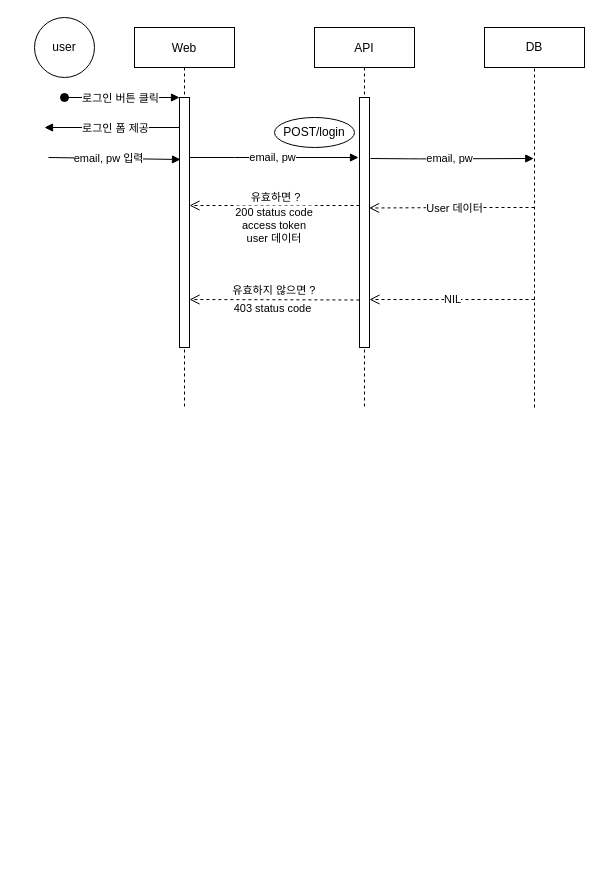
Before: Untitled Diagram.drawio in dev-seomoon/pepple, a draw.io diagram. Source tidied: cells renumbered, new cells numbered last; positions are measured from the earlier drawing's top-left corner, leaving out a move shared by most shapes. Both pictures are drawn from the tidied source at 100%, with x=0, y=0 at pixel (34, 17).
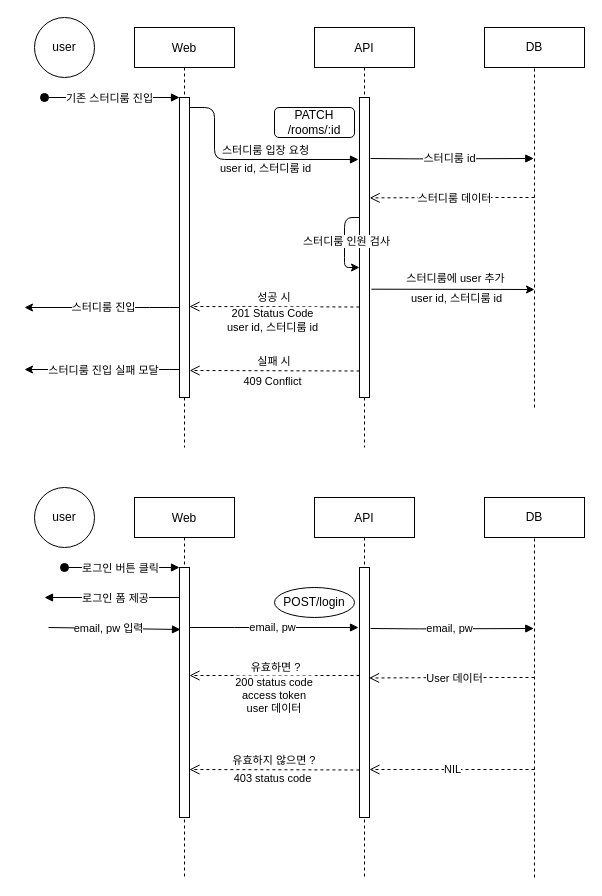
Above is the later version.

Unchanged cells that the change refers to:
```xml
<mxCell id="22" style="verticalAlign=bottom;endArrow=block;shadow=0;strokeWidth=1;entryX=-0.071;entryY=0.31;entryDx=0;entryDy=0;entryPerimeter=0;" parent="1" edge="1">
  <mxGeometry relative="1" as="geometry">
    <mxPoint x="336" y="141" as="sourcePoint" />
    <mxPoint x="499.3" y="141" as="targetPoint" />
    <Array as="points">
      <mxPoint x="385" y="141.4" />
    </Array>
  </mxGeometry>
</mxCell>
```

Change to the diagram source:
```diff
@@
     <mxCell id="2" value="Web" style="shape=umlLifeline;perimeter=lifelinePerimeter;rounded=0;shadow=0;strokeWidth=1;" parent="1" vertex="1">
-      <mxGeometry x="100" y="10" width="100" height="380" as="geometry" />
+      <mxGeometry x="100" y="10" width="100" height="420" as="geometry" />
     </mxCell>
     <mxCell id="3" style="points=[];perimeter=orthogonalPerimeter;rounded=0;shadow=0;strokeWidth=1;" parent="2" vertex="1">
-      <mxGeometry x="45" y="70" width="10" height="250" as="geometry" />
+      <mxGeometry x="45" y="70" width="10" height="300" as="geometry" />
     </mxCell>
     <mxCell id="4" style="verticalAlign=bottom;startArrow=oval;endArrow=block;startSize=8;shadow=0;strokeWidth=1;labelBackgroundColor=none;" parent="2" edge="1">
       <mxGeometry x="-0.17" relative="1" as="geometry">
-        <mxPoint x="-70" y="70" as="sourcePoint" />
+        <mxPoint x="-90" y="70" as="sourcePoint" />
         <mxPoint x="45" y="70" as="targetPoint" />
       </mxGeometry>
     </mxCell>
-    <mxCell id="5" value="로그인 버튼 클릭" style="edgeLabel;html=1;align=center;verticalAlign=middle;" parent="4" vertex="1">
+    <mxCell id="5" value="기존 스터디룸 진입" style="edgeLabel;html=1;align=center;verticalAlign=middle;" parent="4" vertex="1">
       <mxGeometry x="-0.05" y="-1" relative="1" as="geometry">
         <mxPoint y="-1" as="offset" />
       </mxGeometry>
     </mxCell>
     <mxCell id="6" value="API" style="shape=umlLifeline;perimeter=lifelinePerimeter;rounded=0;shadow=0;strokeWidth=1;" parent="1" vertex="1">
-      <mxGeometry x="280" y="10" width="100" height="380" as="geometry" />
+      <mxGeometry x="280" y="10" width="100" height="420" as="geometry" />
     </mxCell>
     <mxCell id="7" style="points=[];perimeter=orthogonalPerimeter;rounded=0;shadow=0;strokeWidth=1;" parent="6" vertex="1">
-      <mxGeometry x="45" y="70" width="10" height="250" as="geometry" />
+      <mxGeometry x="45" y="70" width="10" height="300" as="geometry" />
     </mxCell>
-    <mxCell id="8" value="200 status code&#10;access token&#10;user 데이터" style="verticalAlign=bottom;endArrow=open;dashed=1;endSize=8;shadow=0;strokeWidth=1;fillColor=#009900;" parent="1" edge="1">
-      <mxGeometry y="42" relative="1" as="geometry">
-        <mxPoint x="325" y="188" as="sourcePoint" />
-        <mxPoint x="155" y="188" as="targetPoint" />
-        <Array as="points">
-          <mxPoint x="250" y="188" />
-        </Array>
-      </mxGeometry>
-    </mxCell>
-    <mxCell id="9" value="유효하면 ?" style="edgeLabel;html=1;align=center;verticalAlign=middle;" parent="8" vertex="1">
-      <mxGeometry x="-0.02" y="2" relative="1" as="geometry">
-        <mxPoint x="-2" y="-11" as="offset" />
-      </mxGeometry>
-    </mxCell>
-    <mxCell id="10" style="verticalAlign=bottom;endArrow=block;shadow=0;strokeWidth=1;" parent="1" edge="1">
+    <mxCell id="10" style="verticalAlign=bottom;endArrow=block;shadow=0;strokeWidth=1;" parent="1" edge="1" source="3">
       <mxGeometry relative="1" as="geometry">
-        <mxPoint x="155" y="140" as="sourcePoint" />
-        <mxPoint x="324" y="140" as="targetPoint" />
+        <mxPoint x="324" y="142" as="targetPoint" />
         <Array as="points">
-          <mxPoint x="210" y="140" />
+          <mxPoint x="180" y="90" />
+          <mxPoint x="180" y="142" />
         </Array>
       </mxGeometry>
     </mxCell>
-    <mxCell id="11" value="email, pw" style="edgeLabel;html=1;align=center;verticalAlign=middle;" parent="10" vertex="1">
-      <mxGeometry x="-0.03" y="1" relative="1" as="geometry" />
+    <mxCell id="11" value="스터디룸 입장 요청" style="edgeLabel;html=1;align=center;verticalAlign=middle;" parent="10" vertex="1">
+      <mxGeometry x="-0.03" y="1" relative="1" as="geometry">
+        <mxPoint x="20" y="-9" as="offset" />
+      </mxGeometry>
     </mxCell>
-    <mxCell id="12" value="유효하지 않으면 ?" style="verticalAlign=bottom;endArrow=open;dashed=1;endSize=8;exitX=-0.014;exitY=0.842;shadow=0;strokeWidth=1;exitDx=0;exitDy=0;exitPerimeter=0;" parent="1" edge="1">
+    <mxCell id="12" value="성공 시" style="verticalAlign=bottom;endArrow=open;dashed=1;endSize=8;exitX=-0.014;exitY=0.842;shadow=0;strokeWidth=1;exitDx=0;exitDy=0;exitPerimeter=0;" parent="1" edge="1">
       <mxGeometry relative="1" as="geometry">
-        <mxPoint x="324.9" y="282.5" as="sourcePoint" />
-        <mxPoint x="155" y="282" as="targetPoint" />
+        <mxPoint x="324.9" y="289.5" as="sourcePoint" />
+        <mxPoint x="155" y="289" as="targetPoint" />
       </mxGeometry>
     </mxCell>
-    <mxCell id="13" value="403 status code" style="edgeLabel;html=1;align=center;verticalAlign=middle;" parent="12" vertex="1">
+    <mxCell id="13" value="201 Status Code&lt;br&gt;user id, 스터디룸 id" style="edgeLabel;html=1;align=center;verticalAlign=middle;" parent="12" vertex="1">
       <mxGeometry x="0.14" y="2" relative="1" as="geometry">
-        <mxPoint x="10" y="6" as="offset" />
+        <mxPoint x="10" y="11" as="offset" />
       </mxGeometry>
     </mxCell>
@@
-    <mxCell id="16" style="verticalAlign=bottom;endArrow=block;shadow=0;strokeWidth=1;" parent="1" edge="1">
-      <mxGeometry relative="1" as="geometry">
-        <mxPoint x="145" y="110" as="sourcePoint" />
-        <mxPoint x="10" y="110" as="targetPoint" />
-      </mxGeometry>
-    </mxCell>
-    <mxCell id="17" value="로그인 폼 제공" style="edgeLabel;html=1;align=center;verticalAlign=middle;" parent="16" vertex="1">
-      <mxGeometry x="0.19" y="2" relative="1" as="geometry">
-        <mxPoint x="15" y="-2" as="offset" />
-      </mxGeometry>
-    </mxCell>
-    <mxCell id="18" style="verticalAlign=bottom;endArrow=block;shadow=0;strokeWidth=1;" parent="1" edge="1">
-      <mxGeometry relative="1" as="geometry">
-        <mxPoint x="14" y="140" as="sourcePoint" />
-        <mxPoint x="146" y="142" as="targetPoint" />
-      </mxGeometry>
-    </mxCell>
-    <mxCell id="19" value="email, pw 입력" style="edgeLabel;html=1;align=center;verticalAlign=middle;" parent="18" vertex="1">
-      <mxGeometry x="-0.09" relative="1" as="geometry" />
-    </mxCell>
-    <mxCell id="20" value="POST/login" style="ellipse;whiteSpace=wrap;html=1;" parent="1" vertex="1">
-      <mxGeometry x="240" y="100" width="80" height="30" as="geometry" />
-    </mxCell>
@@
-    <mxCell id="23" value="email, pw" style="edgeLabel;html=1;align=center;verticalAlign=middle;" parent="22" vertex="1">
+    <mxCell id="23" value="스터디룸 id" style="edgeLabel;html=1;align=center;verticalAlign=middle;" parent="22" vertex="1">
       <mxGeometry x="-0.03" y="1" relative="1" as="geometry" />
     </mxCell>
-    <mxCell id="24" style="verticalAlign=bottom;endArrow=open;dashed=1;endSize=8;shadow=0;strokeWidth=1;fillColor=#009900;entryX=0.957;entryY=0.442;entryDx=0;entryDy=0;entryPerimeter=0;" parent="1" edge="1" target="7">
+    <mxCell id="24" style="verticalAlign=bottom;endArrow=open;dashed=1;endSize=8;shadow=0;strokeWidth=1;fillColor=#009900;entryX=1.014;entryY=0.368;entryDx=0;entryDy=0;entryPerimeter=0;" parent="1" edge="1">
       <mxGeometry y="42" relative="1" as="geometry">
-        <mxPoint x="500" y="190" as="sourcePoint" />
+        <mxPoint x="500" y="180" as="sourcePoint" />
+        <mxPoint x="335.1" y="180.4" as="targetPoint" />
         <Array as="points">
-          <mxPoint x="435" y="190" />
+          <mxPoint x="435" y="180" />
         </Array>
       </mxGeometry>
     </mxCell>
-    <mxCell id="25" value="User 데이터" style="edgeLabel;html=1;align=center;verticalAlign=middle;" parent="24" vertex="1">
+    <mxCell id="25" value="스터디룸 데이터" style="edgeLabel;html=1;align=center;verticalAlign=middle;" parent="24" vertex="1">
       <mxGeometry x="-0.02" relative="1" as="geometry" />
     </mxCell>
-    <mxCell id="26" style="verticalAlign=bottom;endArrow=open;dashed=1;endSize=8;shadow=0;strokeWidth=1;" parent="1" edge="1">
-      <mxGeometry relative="1" as="geometry">
-        <mxPoint x="500" y="282" as="sourcePoint" />
-        <mxPoint x="335" y="282" as="targetPoint" />
-      </mxGeometry>
-    </mxCell>
+    <mxCell id="28" value="Web" style="shape=umlLifeline;perimeter=lifelinePerimeter;rounded=0;shadow=0;strokeWidth=1;" parent="1" vertex="1">
+      <mxGeometry x="100" y="480" width="100" height="380" as="geometry" />
+    </mxCell>
+    <mxCell id="29" style="perimeter=orthogonalPerimeter;rounded=0;shadow=0;strokeWidth=1;" parent="28" vertex="1">
+      <mxGeometry x="45" y="70" width="10" height="250" as="geometry" />
+    </mxCell>
+    <mxCell id="30" style="verticalAlign=bottom;startArrow=oval;endArrow=block;startSize=8;shadow=0;strokeWidth=1;labelBackgroundColor=none;" parent="28" edge="1">
+      <mxGeometry x="-0.17" relative="1" as="geometry">
+        <mxPoint x="-70" y="70" as="sourcePoint" />
+        <mxPoint x="45" y="70" as="targetPoint" />
+      </mxGeometry>
+    </mxCell>
+    <mxCell id="31" value="로그인 버튼 클릭" style="edgeLabel;html=1;align=center;verticalAlign=middle;" parent="30" vertex="1">
+      <mxGeometry x="-0.05" y="-1" relative="1" as="geometry">
+        <mxPoint y="-1" as="offset" />
+      </mxGeometry>
+    </mxCell>
+    <mxCell id="32" value="API" style="shape=umlLifeline;perimeter=lifelinePerimeter;rounded=0;shadow=0;strokeWidth=1;" parent="1" vertex="1">
+      <mxGeometry x="280" y="480" width="100" height="380" as="geometry" />
+    </mxCell>
+    <mxCell id="33" style="points=[];perimeter=orthogonalPerimeter;rounded=0;shadow=0;strokeWidth=1;" parent="32" vertex="1">
+      <mxGeometry x="45" y="70" width="10" height="250" as="geometry" />
+    </mxCell>
+    <mxCell id="8" value="200 status code&#10;access token&#10;user 데이터" style="verticalAlign=bottom;endArrow=open;dashed=1;endSize=8;shadow=0;strokeWidth=1;fillColor=#009900;" parent="1" edge="1">
+      <mxGeometry y="42" relative="1" as="geometry">
+        <mxPoint x="325" y="658" as="sourcePoint" />
+        <mxPoint x="155" y="658" as="targetPoint" />
+        <Array as="points">
+          <mxPoint x="250" y="658" />
+        </Array>
+      </mxGeometry>
+    </mxCell>
+    <mxCell id="9" value="유효하면 ?" style="edgeLabel;html=1;align=center;verticalAlign=middle;" parent="8" vertex="1">
+      <mxGeometry x="-0.02" y="2" relative="1" as="geometry">
+        <mxPoint x="-2" y="-11" as="offset" />
+      </mxGeometry>
+    </mxCell>
+    <mxCell id="34" style="verticalAlign=bottom;endArrow=block;shadow=0;strokeWidth=1;" parent="1" edge="1">
+      <mxGeometry relative="1" as="geometry">
+        <mxPoint x="155" y="610" as="sourcePoint" />
+        <mxPoint x="324" y="610" as="targetPoint" />
+        <Array as="points">
+          <mxPoint x="210" y="610" />
+        </Array>
+      </mxGeometry>
+    </mxCell>
+    <mxCell id="35" value="email, pw" style="edgeLabel;html=1;align=center;verticalAlign=middle;" parent="34" vertex="1">
+      <mxGeometry x="-0.03" y="1" relative="1" as="geometry" />
+    </mxCell>
+    <mxCell id="36" value="유효하지 않으면 ?" style="verticalAlign=bottom;endArrow=open;dashed=1;endSize=8;exitX=-0.014;exitY=0.842;shadow=0;strokeWidth=1;exitDx=0;exitDy=0;exitPerimeter=0;" parent="1" edge="1">
+      <mxGeometry relative="1" as="geometry">
+        <mxPoint x="324.9" y="752.5" as="sourcePoint" />
+        <mxPoint x="155" y="752" as="targetPoint" />
+      </mxGeometry>
+    </mxCell>
+    <mxCell id="37" value="403 status code" style="edgeLabel;html=1;align=center;verticalAlign=middle;" parent="36" vertex="1">
+      <mxGeometry x="0.14" y="2" relative="1" as="geometry">
+        <mxPoint x="10" y="6" as="offset" />
+      </mxGeometry>
+    </mxCell>
+    <mxCell id="38" value="user" style="ellipse;whiteSpace=wrap;html=1;" parent="1" vertex="1">
+      <mxGeometry y="470" width="60" height="60" as="geometry" />
+    </mxCell>
+    <mxCell id="39" value="DB" style="rounded=0;whiteSpace=wrap;html=1;" parent="1" vertex="1">
+      <mxGeometry x="450" y="480" width="100" height="40" as="geometry" />
+    </mxCell>
+    <mxCell id="40" style="verticalAlign=bottom;endArrow=block;shadow=0;strokeWidth=1;" parent="1" edge="1">
+      <mxGeometry relative="1" as="geometry">
+        <mxPoint x="145" y="580" as="sourcePoint" />
+        <mxPoint x="10" y="580" as="targetPoint" />
+      </mxGeometry>
+    </mxCell>
+    <mxCell id="17" value="로그인 폼 제공" style="edgeLabel;html=1;align=center;verticalAlign=middle;" parent="40" vertex="1">
+      <mxGeometry x="0.19" y="2" relative="1" as="geometry">
+        <mxPoint x="15" y="-2" as="offset" />
+      </mxGeometry>
+    </mxCell>
+    <mxCell id="41" style="verticalAlign=bottom;endArrow=block;shadow=0;strokeWidth=1;" parent="1" edge="1">
+      <mxGeometry relative="1" as="geometry">
+        <mxPoint x="14" y="610" as="sourcePoint" />
+        <mxPoint x="146" y="612" as="targetPoint" />
+      </mxGeometry>
+    </mxCell>
+    <mxCell id="19" value="email, pw 입력" style="edgeLabel;html=1;align=center;verticalAlign=middle;" parent="41" vertex="1">
+      <mxGeometry x="-0.09" relative="1" as="geometry" />
+    </mxCell>
+    <mxCell id="20" value="POST/login" style="ellipse;whiteSpace=wrap;html=1;" parent="1" vertex="1">
+      <mxGeometry x="240" y="570" width="80" height="30" as="geometry" />
+    </mxCell>
+    <mxCell id="42" style="endArrow=none;dashed=1;html=1;labelBackgroundColor=none;entryX=0.5;entryY=1;entryDx=0;entryDy=0;" parent="1" edge="1" target="39">
+      <mxGeometry relative="1" as="geometry">
+        <mxPoint x="500" y="860" as="sourcePoint" />
+        <Array as="points">
+          <mxPoint x="500" y="720" />
+          <mxPoint x="500" y="640" />
+        </Array>
+      </mxGeometry>
+    </mxCell>
+    <mxCell id="43" style="verticalAlign=bottom;endArrow=block;shadow=0;strokeWidth=1;entryX=-0.071;entryY=0.31;entryDx=0;entryDy=0;entryPerimeter=0;" parent="1" edge="1">
+      <mxGeometry relative="1" as="geometry">
+        <mxPoint x="336" y="611" as="sourcePoint" />
+        <mxPoint x="499.3" y="611" as="targetPoint" />
+        <Array as="points">
+          <mxPoint x="385" y="611.4" />
+        </Array>
+      </mxGeometry>
+    </mxCell>
+    <mxCell id="44" value="email, pw" style="edgeLabel;html=1;align=center;verticalAlign=middle;" parent="43" vertex="1">
+      <mxGeometry x="-0.03" y="1" relative="1" as="geometry" />
+    </mxCell>
+    <mxCell id="45" style="verticalAlign=bottom;endArrow=open;dashed=1;endSize=8;shadow=0;strokeWidth=1;fillColor=#009900;entryX=0.957;entryY=0.442;entryDx=0;entryDy=0;entryPerimeter=0;" parent="1" edge="1" target="33">
+      <mxGeometry y="42" relative="1" as="geometry">
+        <mxPoint x="500" y="660" as="sourcePoint" />
+        <Array as="points">
+          <mxPoint x="435" y="660" />
+        </Array>
+      </mxGeometry>
+    </mxCell>
+    <mxCell id="46" value="User 데이터" style="edgeLabel;html=1;align=center;verticalAlign=middle;" parent="45" vertex="1">
+      <mxGeometry x="-0.02" relative="1" as="geometry" />
+    </mxCell>
+    <mxCell id="47" style="verticalAlign=bottom;endArrow=open;dashed=1;endSize=8;shadow=0;strokeWidth=1;" parent="1" edge="1">
+      <mxGeometry relative="1" as="geometry">
+        <mxPoint x="500" y="752" as="sourcePoint" />
+        <mxPoint x="335" y="752" as="targetPoint" />
+      </mxGeometry>
+    </mxCell>
-    <mxCell id="27" value="NIL" style="edgeLabel;html=1;align=center;verticalAlign=middle;" parent="26" vertex="1">
+    <mxCell id="27" value="NIL" style="edgeLabel;html=1;align=center;verticalAlign=middle;" parent="47" vertex="1">
       <mxGeometry x="-0.09" y="3" relative="1" as="geometry">
         <mxPoint x="-8" y="-4" as="offset" />
       </mxGeometry>
     </mxCell>
+    <mxCell id="48" value="PATCH /rooms/:id" style="rounded=1;whiteSpace=wrap;html=1;" parent="1" vertex="1">
+      <mxGeometry x="240" y="90" width="80" height="30" as="geometry" />
+    </mxCell>
+    <mxCell id="49" value="user id, 스터디룸 id" style="edgeLabel;html=1;align=center;verticalAlign=middle;" parent="1" vertex="1">
+      <mxGeometry x="230" y="150" as="geometry" />
+    </mxCell>
+    <mxCell id="50" style="endArrow=classic;html=1;labelBackgroundColor=none;fillColor=#009900;" parent="1" edge="1">
+      <mxGeometry relative="1" as="geometry">
+        <mxPoint x="325" y="200" as="sourcePoint" />
+        <mxPoint x="325" y="250" as="targetPoint" />
+        <Array as="points">
+          <mxPoint x="310" y="200" />
+          <mxPoint x="310" y="230" />
+          <mxPoint x="310" y="250" />
+        </Array>
+      </mxGeometry>
+    </mxCell>
+    <mxCell id="51" value="스터디룸 인원 검사" style="edgeLabel;html=1;align=center;verticalAlign=middle;" parent="50" vertex="1">
+      <mxGeometry x="-0.06" y="1" relative="1" as="geometry" />
+    </mxCell>
+    <mxCell id="52" style="endArrow=classic;html=1;labelBackgroundColor=none;fillColor=#009900;exitX=1.186;exitY=0.639;exitDx=0;exitDy=0;exitPerimeter=0;" parent="1" edge="1" source="7">
+      <mxGeometry relative="1" as="geometry">
+        <mxPoint x="500" y="272" as="targetPoint" />
+      </mxGeometry>
+    </mxCell>
+    <mxCell id="53" value="스터디룸에 user 추가" style="edgeLabel;html=1;align=center;verticalAlign=middle;" parent="52" vertex="1">
+      <mxGeometry x="0.03" y="-2" relative="1" as="geometry">
+        <mxPoint y="-13" as="offset" />
+      </mxGeometry>
+    </mxCell>
+    <mxCell id="54" value="user id, 스터디룸 id" style="edgeLabel;html=1;align=center;verticalAlign=middle;" parent="52" vertex="1">
+      <mxGeometry x="-0.13" relative="1" as="geometry">
+        <mxPoint x="14" y="9" as="offset" />
+      </mxGeometry>
+    </mxCell>
+    <mxCell id="55" value="실패 시" style="verticalAlign=bottom;endArrow=open;dashed=1;endSize=8;exitX=-0.014;exitY=0.842;shadow=0;strokeWidth=1;exitDx=0;exitDy=0;exitPerimeter=0;" parent="1" edge="1">
+      <mxGeometry relative="1" as="geometry">
+        <mxPoint x="325" y="353.5" as="sourcePoint" />
+        <mxPoint x="155.1" y="353" as="targetPoint" />
+      </mxGeometry>
+    </mxCell>
+    <mxCell id="56" value="409 Conflict" style="edgeLabel;html=1;align=center;verticalAlign=middle;" parent="55" vertex="1">
+      <mxGeometry x="0.14" y="2" relative="1" as="geometry">
+        <mxPoint x="10" y="8" as="offset" />
+      </mxGeometry>
+    </mxCell>
+    <mxCell id="57" style="endArrow=classic;html=1;labelBackgroundColor=none;fillColor=#009900;" parent="1" edge="1">
+      <mxGeometry relative="1" as="geometry">
+        <mxPoint x="145" y="290" as="sourcePoint" />
+        <mxPoint x="-10" y="290" as="targetPoint" />
+        <Array as="points">
+          <mxPoint x="125" y="290" />
+        </Array>
+      </mxGeometry>
+    </mxCell>
+    <mxCell id="58" value="스터디룸 진입" style="edgeLabel;html=1;align=center;verticalAlign=middle;" parent="57" vertex="1">
+      <mxGeometry x="-0.05" y="-1" relative="1" as="geometry">
+        <mxPoint x="-3" as="offset" />
+      </mxGeometry>
+    </mxCell>
+    <mxCell id="59" style="endArrow=classic;html=1;labelBackgroundColor=none;fillColor=#009900;" parent="1" edge="1">
+      <mxGeometry relative="1" as="geometry">
+        <mxPoint x="145" y="352" as="sourcePoint" />
+        <mxPoint x="-10" y="352" as="targetPoint" />
+        <Array as="points">
+          <mxPoint x="125" y="352" />
+        </Array>
+      </mxGeometry>
+    </mxCell>
+    <mxCell id="60" value="스터디룸 진입 실패 모달" style="edgeLabel;html=1;align=center;verticalAlign=middle;" parent="59" vertex="1">
+      <mxGeometry x="-0.05" y="-1" relative="1" as="geometry">
+        <mxPoint x="-3" y="1" as="offset" />
+      </mxGeometry>
+    </mxCell>
```
